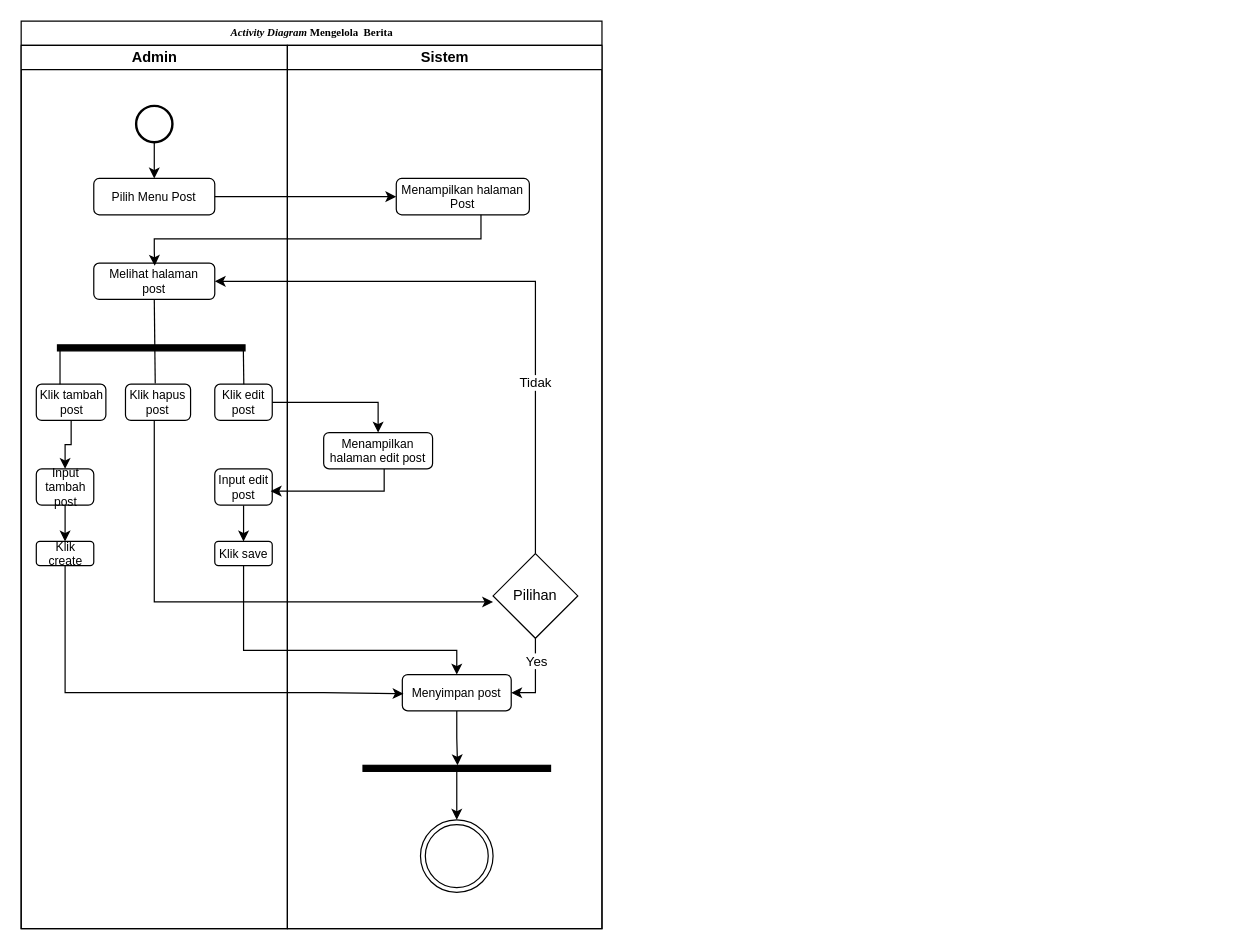
dhmsAdhty/useCase keeps this draw.io diagram as Diagram Tanpa Judul.drawio. Above is the earlier version. Source tidied: cells renumbered, new cells numbered last; positions are measured from the earlier drawing's top-left corner, leaving out a move shared by most shapes. Both pictures are drawn from the tidied source at 121%, with x=0, y=0 at pixel (21, 21).
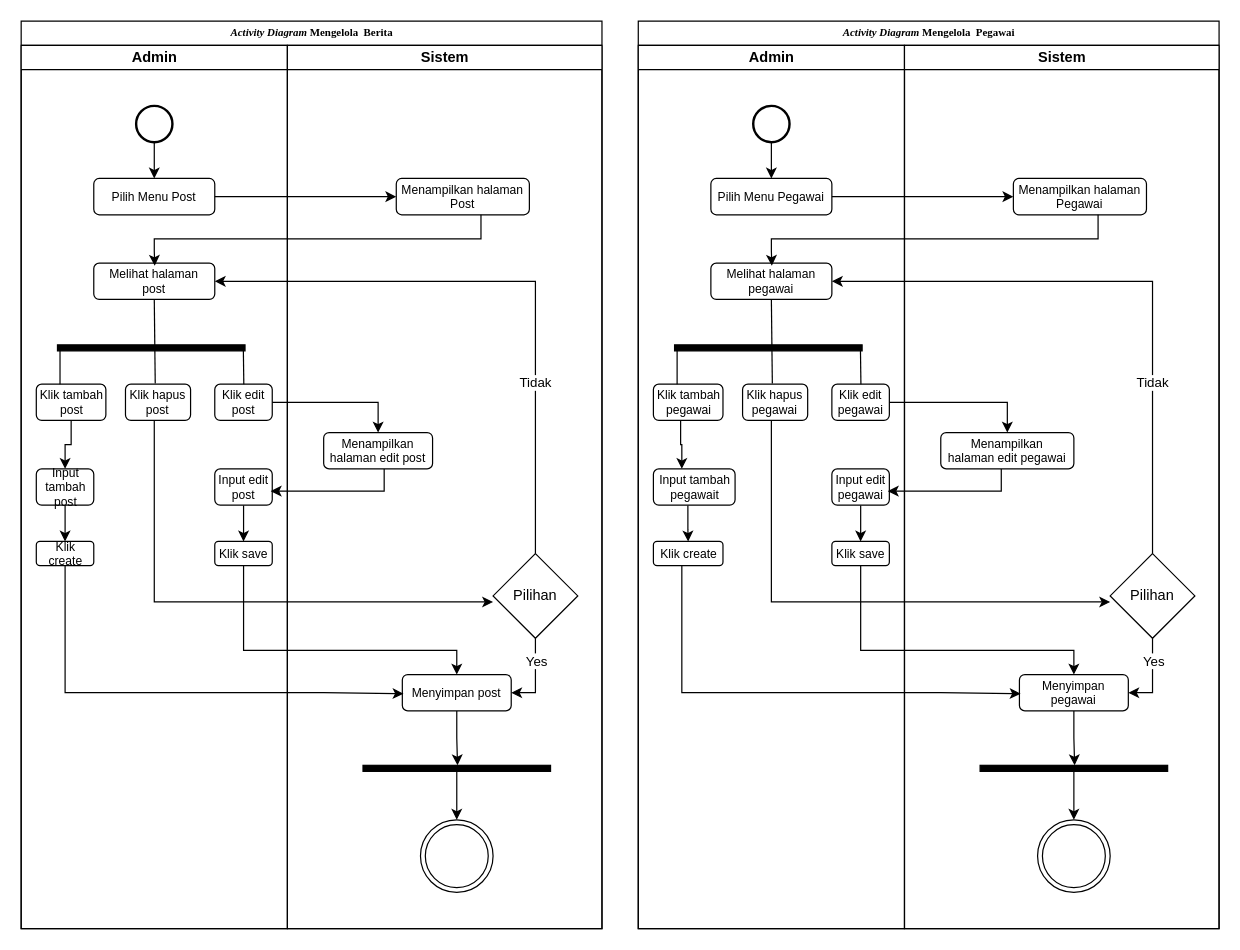
The same page after the edit.

Commit message:
KELOLA BERITA & PEGAWAI

Diff of the diagram source:
```diff
@@
+    <mxCell id="42" value="&lt;font style=&quot;font-size: 9px;&quot;&gt;&lt;b style=&quot;mso-bidi-font-weight:normal&quot;&gt;&lt;i style=&quot;mso-bidi-font-style:normal&quot;&gt;&lt;span style=&quot;font-family: &amp;quot;Times New Roman&amp;quot;, serif;&quot;&gt;Activity Diagram &lt;/span&gt;&lt;/i&gt;&lt;span style=&quot;line-height: 150%; font-family: &amp;quot;Times New Roman&amp;quot;, serif;&quot;&gt;Mengelola&amp;nbsp; &lt;span style=&quot;mso-spacerun:yes&quot;&gt;&lt;/span&gt;Pegawai&lt;/span&gt;&lt;/b&gt;&lt;/font&gt;" style="swimlane;html=1;startSize=20;rounded=0;shadow=0;labelBackgroundColor=none;strokeWidth=1;fontFamily=Verdana;fontSize=8;align=center;" parent="1" vertex="1">
+      <mxGeometry x="510" width="480" height="750" as="geometry" />
+    </mxCell>
+    <mxCell id="43" value="Admin" style="swimlane;html=1;startSize=20;" parent="42" vertex="1">
+      <mxGeometry y="20" width="220" height="730" as="geometry" />
+    </mxCell>
+    <mxCell id="44" style="edgeStyle=orthogonalEdgeStyle;rounded=0;jettySize=auto;html=1;entryX=0.5;entryY=0;entryDx=0;entryDy=0;" parent="43" edge="1" source="45" target="46">
+      <mxGeometry relative="1" as="geometry" />
+    </mxCell>
+    <mxCell id="45" style="strokeWidth=2;html=1;shape=mxgraph.flowchart.start_2;whiteSpace=wrap;" parent="43" vertex="1">
+      <mxGeometry x="95" y="50" width="30" height="30" as="geometry" />
+    </mxCell>
+    <mxCell id="46" value="&lt;font style=&quot;font-size: 10px;&quot;&gt;Pilih Menu Pegawai&lt;/font&gt;" style="rounded=1;whiteSpace=wrap;html=1;fontSize=10;" parent="43" vertex="1">
+      <mxGeometry x="60" y="110" width="100" height="30" as="geometry" />
+    </mxCell>
+    <mxCell id="47" value="&lt;div style=&quot;font-size: 10px;&quot;&gt;&lt;font style=&quot;font-size: 10px;&quot;&gt;Melihat halaman&lt;/font&gt;&lt;/div&gt;&lt;div style=&quot;font-size: 10px;&quot;&gt;&lt;font style=&quot;font-size: 10px;&quot;&gt;pegawai&lt;/font&gt;&lt;/div&gt;" style="rounded=1;whiteSpace=wrap;html=1;fontSize=10;" parent="43" vertex="1">
+      <mxGeometry x="60" y="180" width="100" height="30" as="geometry" />
+    </mxCell>
+    <mxCell id="48" style="html=1;perimeter=orthogonalPerimeter;fillColor=strokeColor;rotation=90;" parent="43" vertex="1">
+      <mxGeometry x="105" y="172.5" width="5" height="155" as="geometry" />
+    </mxCell>
+    <mxCell id="49" style="edgeStyle=orthogonalEdgeStyle;rounded=0;jettySize=auto;html=1;" parent="43" edge="1" source="50" target="54">
+      <mxGeometry relative="1" as="geometry">
+        <Array as="points">
+          <mxPoint x="35" y="330" />
+          <mxPoint x="36" y="330" />
+        </Array>
+      </mxGeometry>
+    </mxCell>
+    <mxCell id="50" value="&lt;div style=&quot;font-size: 10px;&quot;&gt;&lt;font style=&quot;font-size: 10px;&quot;&gt;Klik tambah&lt;/font&gt;&lt;/div&gt;&lt;div style=&quot;font-size: 10px;&quot;&gt;pegawai&lt;font style=&quot;font-size: 10px;&quot;&gt;&lt;br style=&quot;font-size: 10px;&quot;&gt;&lt;/font&gt;&lt;/div&gt;" style="rounded=1;whiteSpace=wrap;html=1;fontSize=10;" parent="43" vertex="1">
+      <mxGeometry x="12.5" y="280" width="57.5" height="30" as="geometry" />
+    </mxCell>
+    <mxCell id="51" value="&lt;div style=&quot;font-size: 10px;&quot;&gt;&lt;font style=&quot;font-size: 10px;&quot;&gt;Klik hapus&lt;/font&gt;&lt;/div&gt;&lt;div style=&quot;font-size: 10px;&quot;&gt;&lt;font style=&quot;font-size: 10px;&quot;&gt;pegawai&lt;br style=&quot;font-size: 10px;&quot;&gt;&lt;/font&gt;&lt;/div&gt;" style="rounded=1;whiteSpace=wrap;html=1;fontSize=10;" parent="43" vertex="1">
+      <mxGeometry x="86.2" y="280" width="53.8" height="30" as="geometry" />
+    </mxCell>
+    <mxCell id="52" value="&lt;div style=&quot;font-size: 10px;&quot;&gt;&lt;font style=&quot;font-size: 10px;&quot;&gt;Klik edit&lt;/font&gt;&lt;/div&gt;&lt;div style=&quot;font-size: 10px;&quot;&gt;pegawai&lt;font style=&quot;font-size: 10px;&quot;&gt;&lt;br style=&quot;font-size: 10px;&quot;&gt;&lt;/font&gt;&lt;/div&gt;" style="rounded=1;whiteSpace=wrap;html=1;fontSize=10;" parent="43" vertex="1">
+      <mxGeometry x="160" y="280" width="47.5" height="30" as="geometry" />
+    </mxCell>
+    <mxCell id="53" style="edgeStyle=orthogonalEdgeStyle;rounded=0;jettySize=auto;html=1;entryX=0.5;entryY=0;entryDx=0;entryDy=0;" parent="43" edge="1" source="54" target="60">
+      <mxGeometry relative="1" as="geometry">
+        <Array as="points">
+          <mxPoint x="41" y="400" />
+          <mxPoint x="41" y="400" />
+        </Array>
+      </mxGeometry>
+    </mxCell>
+    <mxCell id="54" value="&lt;div style=&quot;font-size: 10px;&quot;&gt;&lt;font style=&quot;font-size: 10px;&quot;&gt;Input tambah&lt;/font&gt;&lt;/div&gt;&lt;div style=&quot;font-size: 10px;&quot;&gt;&lt;font style=&quot;font-size: 10px;&quot;&gt;pegawait&lt;br style=&quot;font-size: 10px;&quot;&gt;&lt;/font&gt;&lt;/div&gt;" style="rounded=1;whiteSpace=wrap;html=1;fontSize=10;" parent="43" vertex="1">
+      <mxGeometry x="12.5" y="350" width="67.5" height="30" as="geometry" />
+    </mxCell>
+    <mxCell id="55" style="edgeStyle=orthogonalEdgeStyle;rounded=0;jettySize=auto;html=1;entryX=0.5;entryY=0;entryDx=0;entryDy=0;fontSize=10;" parent="43" edge="1" source="56" target="61">
+      <mxGeometry relative="1" as="geometry" />
+    </mxCell>
+    <mxCell id="56" value="&lt;div style=&quot;font-size: 10px;&quot;&gt;&lt;font style=&quot;font-size: 10px;&quot;&gt;Input edit&lt;/font&gt;&lt;/div&gt;&lt;div style=&quot;font-size: 10px;&quot;&gt;pegawai&lt;font style=&quot;font-size: 10px;&quot;&gt;&lt;br style=&quot;font-size: 10px;&quot;&gt;&lt;/font&gt;&lt;/div&gt;" style="rounded=1;whiteSpace=wrap;html=1;fontSize=10;" parent="43" vertex="1">
+      <mxGeometry x="160" y="350" width="47.5" height="30" as="geometry" />
+    </mxCell>
+    <mxCell id="57" style="endArrow=none;html=1;rounded=0;entryX=0.5;entryY=1;entryDx=0;entryDy=0;exitX=0.457;exitY=-0.016;exitDx=0;exitDy=0;exitPerimeter=0;" parent="43" edge="1" source="51" target="47">
+      <mxGeometry relative="1" as="geometry" />
+    </mxCell>
+    <mxCell id="58" style="endArrow=none;html=1;rounded=0;" parent="43" edge="1">
+      <mxGeometry relative="1" as="geometry">
+        <mxPoint x="184" y="280" as="sourcePoint" />
+        <mxPoint x="183.6" y="250" as="targetPoint" />
+      </mxGeometry>
+    </mxCell>
+    <mxCell id="59" style="endArrow=none;html=1;rounded=0;" parent="43" edge="1">
+      <mxGeometry relative="1" as="geometry">
+        <mxPoint x="32.1" y="280" as="sourcePoint" />
+        <mxPoint x="32.1" y="250" as="targetPoint" />
+      </mxGeometry>
+    </mxCell>
+    <mxCell id="60" value="Klik create" style="rounded=1;whiteSpace=wrap;html=1;fontSize=10;" parent="43" vertex="1">
+      <mxGeometry x="12.5" y="410" width="57.5" height="20" as="geometry" />
+    </mxCell>
+    <mxCell id="61" value="Klik save" style="rounded=1;whiteSpace=wrap;html=1;fontSize=10;" parent="43" vertex="1">
+      <mxGeometry x="160" y="410" width="47.5" height="20" as="geometry" />
+    </mxCell>
+    <mxCell id="62" value="Sistem" style="swimlane;html=1;startSize=20;" parent="42" vertex="1">
+      <mxGeometry x="220" y="20" width="260" height="730" as="geometry" />
+    </mxCell>
+    <mxCell id="63" value="&lt;font style=&quot;font-size: 10px;&quot;&gt;Menampilkan halaman Pegawai&lt;/font&gt;" style="rounded=1;whiteSpace=wrap;html=1;fontSize=10;" parent="62" vertex="1">
+      <mxGeometry x="90" y="110" width="110" height="30" as="geometry" />
+    </mxCell>
+    <mxCell id="64" style="edgeStyle=orthogonalEdgeStyle;rounded=0;jettySize=auto;html=1;entryX=0.5;entryY=0;entryDx=0;entryDy=0;" parent="62" edge="1" source="65" target="72">
+      <mxGeometry relative="1" as="geometry" />
+    </mxCell>
+    <mxCell id="65" style="html=1;points=[];perimeter=orthogonalPerimeter;fillColor=strokeColor;rotation=90;" parent="62" vertex="1">
+      <mxGeometry x="137.5" y="520" width="5" height="155" as="geometry" />
+    </mxCell>
+    <mxCell id="66" value="&lt;font style=&quot;font-size: 10px;&quot;&gt;Menyimpan pegawai&lt;/font&gt;" style="rounded=1;whiteSpace=wrap;html=1;fontSize=10;" parent="62" vertex="1">
+      <mxGeometry x="95" y="520" width="90" height="30" as="geometry" />
+    </mxCell>
+    <mxCell id="67" value="&lt;div style=&quot;font-size: 10px;&quot;&gt;Menampilkan&lt;/div&gt;&lt;div style=&quot;font-size: 10px;&quot;&gt;halaman edit pegawai&lt;br style=&quot;font-size: 10px;&quot;&gt;&lt;/div&gt;" style="rounded=1;whiteSpace=wrap;html=1;fontSize=10;" parent="62" vertex="1">
+      <mxGeometry x="30" y="320" width="110" height="30" as="geometry" />
+    </mxCell>
+    <mxCell id="68" style="edgeStyle=orthogonalEdgeStyle;rounded=0;jettySize=auto;html=1;entryX=1;entryY=0.5;entryDx=0;entryDy=0;" parent="62" edge="1" source="70" target="66">
+      <mxGeometry relative="1" as="geometry" />
+    </mxCell>
+    <mxCell id="69" value="Yes" style="edgeLabel;html=1;align=center;verticalAlign=middle;" parent="68" vertex="1">
+      <mxGeometry x="-0.45" relative="1" as="geometry" />
+    </mxCell>
+    <mxCell id="70" value="Pilihan" style="rhombus;whiteSpace=wrap;html=1;" parent="62" vertex="1">
+      <mxGeometry x="170" y="420" width="70" height="70" as="geometry" />
+    </mxCell>
+    <mxCell id="71" style="edgeStyle=orthogonalEdgeStyle;rounded=0;jettySize=auto;html=1;entryX=0;entryY=0.496;entryDx=0;entryDy=0;entryPerimeter=0;" parent="62" edge="1" source="66" target="65">
+      <mxGeometry relative="1" as="geometry" />
+    </mxCell>
+    <mxCell id="72" style="ellipse;shape=doubleEllipse;html=1;dashed=0;whiteSpace=wrap;" parent="62" vertex="1">
+      <mxGeometry x="110" y="640" width="60" height="60" as="geometry" />
+    </mxCell>
+    <mxCell id="73" style="edgeStyle=orthogonalEdgeStyle;rounded=0;jettySize=auto;html=1;entryX=0;entryY=0.5;entryDx=0;entryDy=0;" parent="42" edge="1" source="46" target="63">
+      <mxGeometry relative="1" as="geometry" />
+    </mxCell>
+    <mxCell id="74" style="edgeStyle=orthogonalEdgeStyle;rounded=0;jettySize=auto;html=1;entryX=0.504;entryY=0.071;entryDx=0;entryDy=0;entryPerimeter=0;" parent="42" edge="1" source="63" target="47">
+      <mxGeometry relative="1" as="geometry">
+        <Array as="points">
+          <mxPoint x="380" y="180" />
+          <mxPoint x="110" y="180" />
+          <mxPoint x="110" y="190" />
+          <mxPoint x="110" y="190" />
+        </Array>
+      </mxGeometry>
+    </mxCell>
+    <mxCell id="75" style="edgeStyle=orthogonalEdgeStyle;rounded=0;jettySize=auto;html=1;entryX=0.011;entryY=0.526;entryDx=0;entryDy=0;entryPerimeter=0;" parent="42" edge="1" source="60" target="66">
+      <mxGeometry relative="1" as="geometry">
+        <Array as="points">
+          <mxPoint x="36" y="555" />
+          <mxPoint x="250" y="555" />
+        </Array>
+      </mxGeometry>
+    </mxCell>
+    <mxCell id="76" style="edgeStyle=orthogonalEdgeStyle;rounded=0;jettySize=auto;html=1;entryX=0.5;entryY=0;entryDx=0;entryDy=0;" parent="42" edge="1" source="52" target="67">
+      <mxGeometry relative="1" as="geometry" />
+    </mxCell>
+    <mxCell id="77" style="edgeStyle=orthogonalEdgeStyle;rounded=0;jettySize=auto;html=1;entryX=0.973;entryY=0.613;entryDx=0;entryDy=0;entryPerimeter=0;" parent="42" edge="1" source="67" target="56">
+      <mxGeometry relative="1" as="geometry">
+        <Array as="points">
+          <mxPoint x="300" y="388" />
+        </Array>
+      </mxGeometry>
+    </mxCell>
+    <mxCell id="78" style="edgeStyle=orthogonalEdgeStyle;rounded=0;jettySize=auto;html=1;entryX=0.5;entryY=0;entryDx=0;entryDy=0;" parent="42" edge="1" source="61" target="66">
+      <mxGeometry relative="1" as="geometry">
+        <Array as="points">
+          <mxPoint x="184" y="520" />
+          <mxPoint x="360" y="520" />
+        </Array>
+      </mxGeometry>
+    </mxCell>
+    <mxCell id="79" style="edgeStyle=orthogonalEdgeStyle;rounded=0;jettySize=auto;html=1;" parent="42" edge="1" source="51">
+      <mxGeometry relative="1" as="geometry">
+        <mxPoint x="390" y="480" as="targetPoint" />
+        <Array as="points">
+          <mxPoint x="110" y="480" />
+        </Array>
+      </mxGeometry>
+    </mxCell>
+    <mxCell id="80" style="edgeStyle=orthogonalEdgeStyle;rounded=0;jettySize=auto;html=1;entryX=1;entryY=0.5;entryDx=0;entryDy=0;" parent="42" edge="1" source="70" target="47">
+      <mxGeometry relative="1" as="geometry">
+        <Array as="points">
+          <mxPoint x="425" y="215" />
+        </Array>
+      </mxGeometry>
+    </mxCell>
+    <mxCell id="81" value="Tidak" style="edgeLabel;html=1;align=center;verticalAlign=middle;" parent="80" vertex="1">
+      <mxGeometry x="-0.42" y="1" relative="1" as="geometry" />
+    </mxCell>
```
